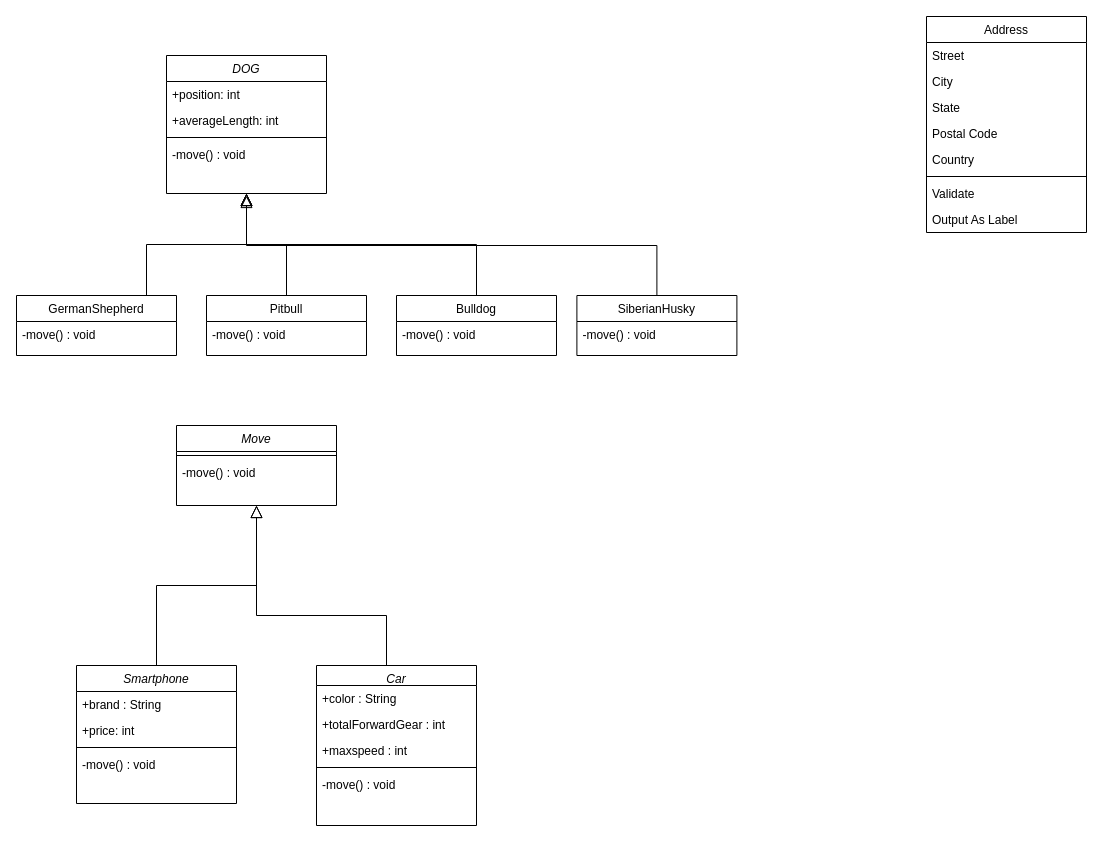
The draw.io diagram TugasOOP5/Untitled Diagram.drawio in riooorante/LABOOP_2023, before the edit. Source tidied: cells renumbered, new cells numbered last; positions are measured from the earlier drawing's top-left corner, leaving out a move shared by most shapes. Both pictures are drawn from the tidied source at 100%, with x=0, y=0 at pixel (16, 16).
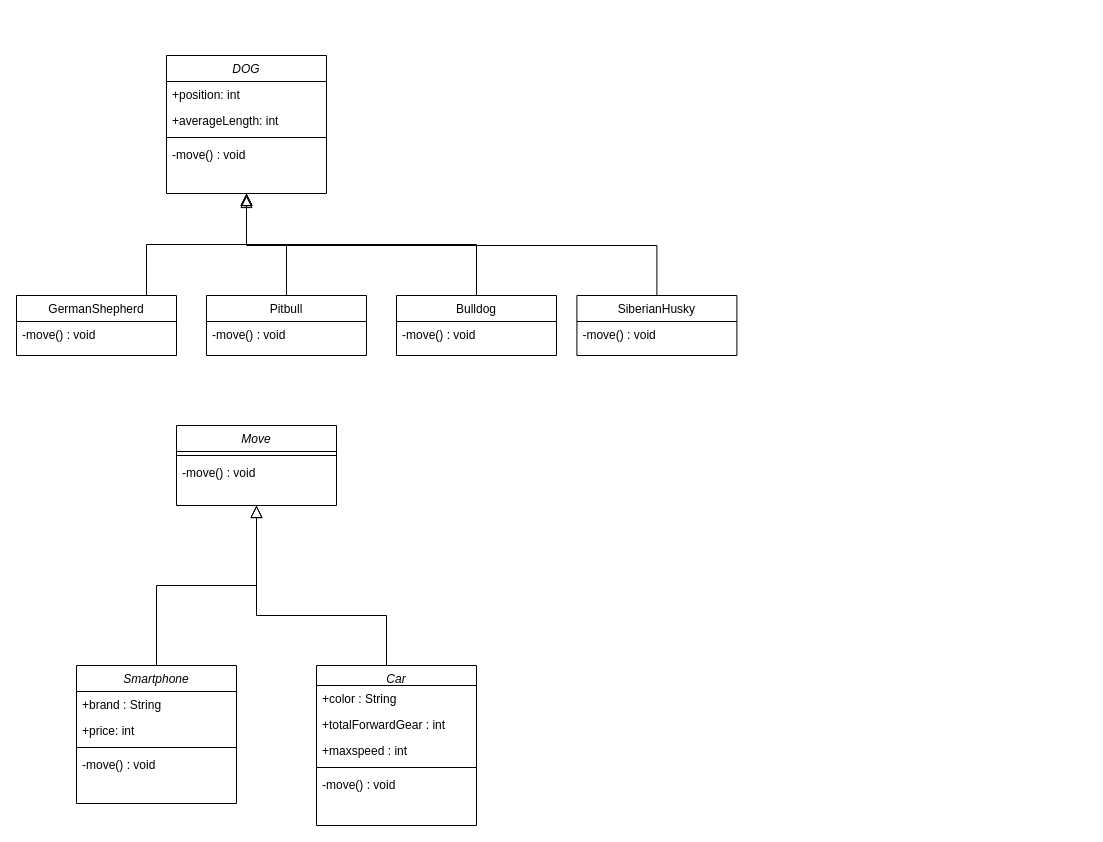
Above is the later version.

Change to the diagram source:
```diff
@@
-    <mxCell id="11" value="Address" style="swimlane;fontStyle=0;align=center;verticalAlign=top;horizontal=1;startSize=26;rounded=0;shadow=0;strokeWidth=1;" parent="1" vertex="1">
-      <mxGeometry x="910" width="160" height="216" as="geometry" />
-    </mxCell>
-    <mxCell id="12" value="Street" style="text;align=left;verticalAlign=top;spacingLeft=4;spacingRight=4;overflow=hidden;" parent="11" vertex="1">
-      <mxGeometry y="26" width="160" height="26" as="geometry" />
-    </mxCell>
-    <mxCell id="13" value="City" style="text;align=left;verticalAlign=top;spacingLeft=4;spacingRight=4;overflow=hidden;rounded=0;shadow=0;html=0;" parent="11" vertex="1">
-      <mxGeometry y="52" width="160" height="26" as="geometry" />
-    </mxCell>
-    <mxCell id="14" value="State" style="text;align=left;verticalAlign=top;spacingLeft=4;spacingRight=4;overflow=hidden;rounded=0;shadow=0;html=0;" parent="11" vertex="1">
-      <mxGeometry y="78" width="160" height="26" as="geometry" />
-    </mxCell>
-    <mxCell id="15" value="Postal Code" style="text;align=left;verticalAlign=top;spacingLeft=4;spacingRight=4;overflow=hidden;rounded=0;shadow=0;html=0;" parent="11" vertex="1">
-      <mxGeometry y="104" width="160" height="26" as="geometry" />
-    </mxCell>
-    <mxCell id="16" value="Country" style="text;align=left;verticalAlign=top;spacingLeft=4;spacingRight=4;overflow=hidden;rounded=0;shadow=0;html=0;" parent="11" vertex="1">
-      <mxGeometry y="130" width="160" height="26" as="geometry" />
-    </mxCell>
-    <mxCell id="17" style="line;html=1;strokeWidth=1;align=left;verticalAlign=middle;spacingTop=-1;spacingLeft=3;spacingRight=3;labelPosition=right;" parent="11" vertex="1">
-      <mxGeometry y="156" width="160" height="8" as="geometry" />
-    </mxCell>
-    <mxCell id="18" value="Validate" style="text;align=left;verticalAlign=top;spacingLeft=4;spacingRight=4;overflow=hidden;" parent="11" vertex="1">
-      <mxGeometry y="164" width="160" height="26" as="geometry" />
-    </mxCell>
-    <mxCell id="19" value="Output As Label" style="text;align=left;verticalAlign=top;spacingLeft=4;spacingRight=4;overflow=hidden;" parent="11" vertex="1">
-      <mxGeometry y="190" width="160" height="26" as="geometry" />
-    </mxCell>
```
